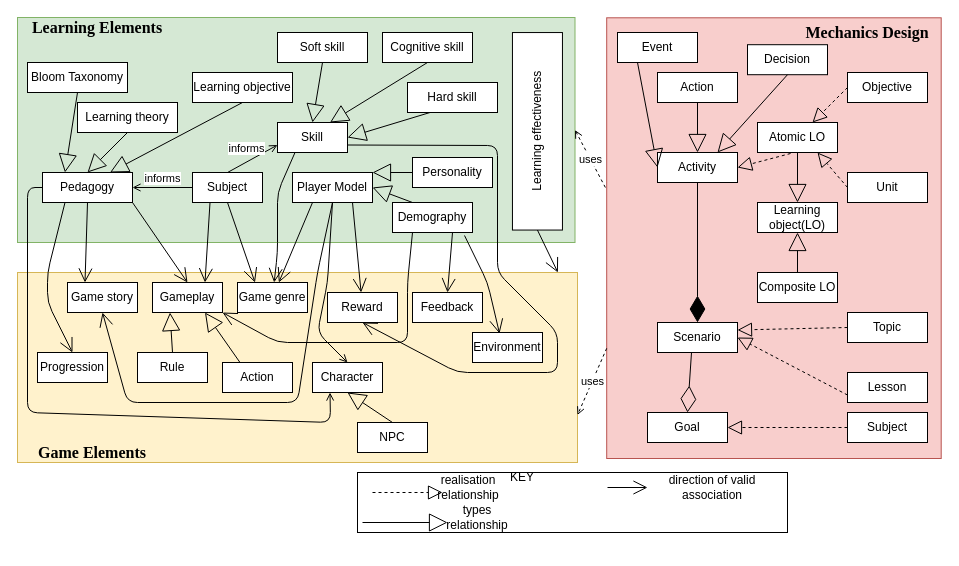
Before: page "TheModel" (1 of 11) of TheModel.drawio in Kibolabs/Diagrams, a draw.io diagram. Source tidied: cells renumbered, new cells numbered last; positions are measured from the earlier drawing's top-left corner, leaving out a move shared by most shapes. Both pictures are drawn from the tidied source at 100%, with x=0, y=0 at pixel (17, 17).
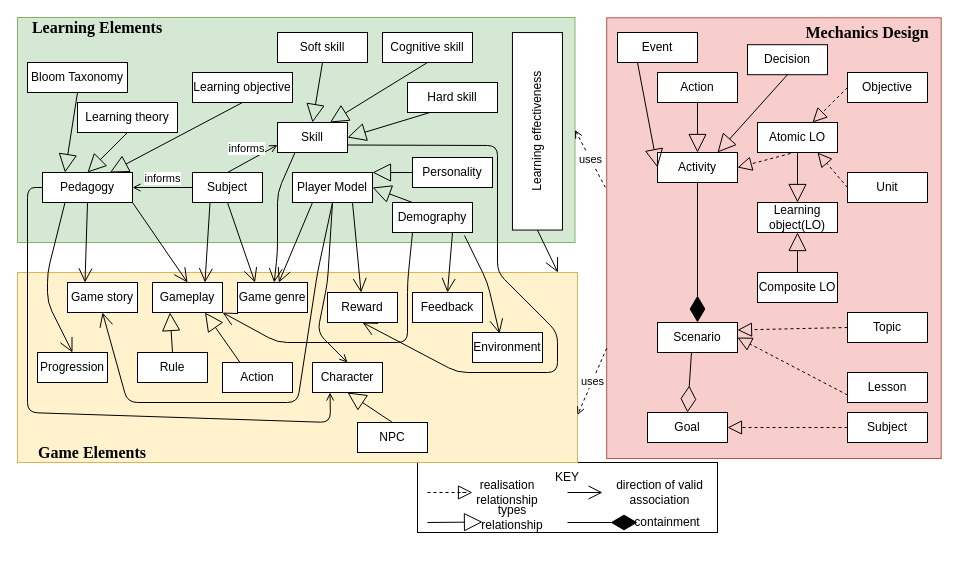
The same page after the edit.

Diff of the diagram source:
```diff
@@
     <mxCell id="2" style="rounded=0;whiteSpace=wrap;html=1;" parent="1" vertex="1">
-      <mxGeometry x="340" y="455" width="430" height="60" as="geometry" />
+      <mxGeometry x="400" y="445" width="300" height="70" as="geometry" />
     </mxCell>
@@
     <mxCell id="91" value="KEY" style="text;html=1;strokeColor=none;fillColor=none;align=center;verticalAlign=middle;whiteSpace=wrap;rounded=0;" parent="1" vertex="1">
-      <mxGeometry x="475" y="445" width="60" height="30" as="geometry" />
+      <mxGeometry x="520" y="445" width="60" height="30" as="geometry" />
     </mxCell>
-    <mxCell id="92" style="endArrow=open;endFill=1;endSize=12;html=1;rounded=0;" parent="1" edge="1" target="94">
-      <mxGeometry relative="1" as="geometry">
-        <mxPoint x="590" y="470" as="sourcePoint" />
-      </mxGeometry>
+    <mxCell id="92" style="endArrow=open;endFill=1;endSize=12;html=1;rounded=0;exitX=0.5;exitY=1;exitDx=0;exitDy=0;" parent="1" edge="1" source="91" target="94">
+      <mxGeometry relative="1" as="geometry" />
     </mxCell>
     <mxCell id="93" style="endArrow=block;dashed=1;endFill=0;endSize=12;html=1;rounded=0;" parent="1" edge="1">
       <mxGeometry relative="1" as="geometry">
-        <mxPoint x="355" y="475" as="sourcePoint" />
-        <mxPoint x="425" y="475" as="targetPoint" />
+        <mxPoint x="410" y="475" as="sourcePoint" />
+        <mxPoint x="455" y="475" as="targetPoint" />
+        <Array as="points">
+          <mxPoint x="450" y="475" />
+        </Array>
       </mxGeometry>
     </mxCell>
     <mxCell id="94" value="direction of valid association" style="text;html=1;strokeColor=none;fillColor=none;align=center;verticalAlign=middle;whiteSpace=wrap;rounded=0;" parent="1" vertex="1">
-      <mxGeometry x="630" y="455" width="130" height="30" as="geometry" />
+      <mxGeometry x="585" y="460" width="115" height="30" as="geometry" />
     </mxCell>
     <mxCell id="95" value="realisation relationship" style="text;html=1;strokeColor=none;fillColor=none;align=center;verticalAlign=middle;whiteSpace=wrap;rounded=0;" parent="1" vertex="1">
-      <mxGeometry x="421.2" y="455" width="60" height="30" as="geometry" />
+      <mxGeometry x="460" y="460" width="60" height="30" as="geometry" />
     </mxCell>
     <mxCell id="96" style="endArrow=block;endSize=16;endFill=0;html=1;rounded=0;" parent="1" edge="1">
       <mxGeometry relative="1" as="geometry">
-        <mxPoint x="345" y="505" as="sourcePoint" />
-        <mxPoint x="430" y="505" as="targetPoint" />
+        <mxPoint x="410" y="505" as="sourcePoint" />
+        <mxPoint x="465" y="504.5" as="targetPoint" />
       </mxGeometry>
     </mxCell>
     <mxCell id="97" value="types relationship" style="text;html=1;strokeColor=none;fillColor=none;align=center;verticalAlign=middle;whiteSpace=wrap;rounded=0;" parent="1" vertex="1">
-      <mxGeometry x="430" y="485" width="60" height="30" as="geometry" />
+      <mxGeometry x="465" y="485" width="60" height="30" as="geometry" />
     </mxCell>
+    <mxCell id="98" style="endArrow=diamondThin;endFill=1;endSize=24;html=1;rounded=0;" parent="1" edge="1" target="99">
+      <mxGeometry relative="1" as="geometry">
+        <mxPoint x="550" y="505" as="sourcePoint" />
+        <Array as="points">
+          <mxPoint x="620" y="505" />
+        </Array>
+      </mxGeometry>
+    </mxCell>
+    <mxCell id="99" value="containment" style="text;html=1;strokeColor=none;fillColor=none;align=center;verticalAlign=middle;whiteSpace=wrap;rounded=0;" parent="1" vertex="1">
+      <mxGeometry x="620" y="490" width="60" height="30" as="geometry" />
+    </mxCell>
```
